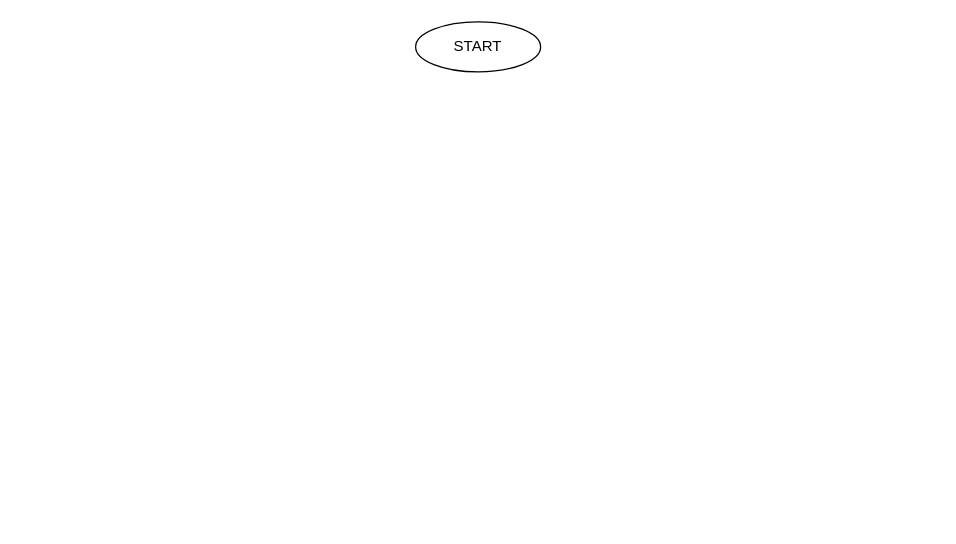
Above: Flowchart.drawio in XuanAnh1312/GMS_PROJECT_JAVA (draw.io), before the change. Source tidied: cells renumbered, new cells numbered last; positions are measured from the earlier drawing's top-left corner, leaving out a move shared by most shapes. Both pictures are drawn from the tidied source at 125%, with x=0, y=0 at pixel (415, 21).
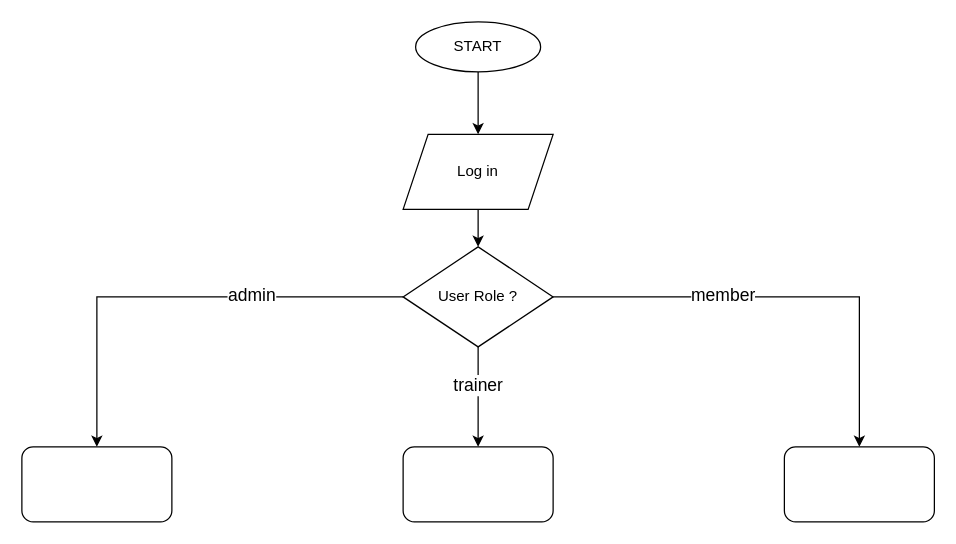
Above is the later version.

Diff of the diagram source:
```diff
@@
 <mxGraphModel>
   <root>
     <mxCell id="0" />
     <mxCell id="1" parent="0" />
+    <mxCell id="3" style="edgeStyle=orthogonalEdgeStyle;rounded=0;jettySize=auto;html=1;" parent="1" edge="1" source="2" target="5">
+      <mxGeometry relative="1" as="geometry" />
+    </mxCell>
     <mxCell id="2" value="START" style="ellipse;whiteSpace=wrap;html=1;shapeInside=1;" parent="1" vertex="1">
       <mxGeometry width="100" height="40" as="geometry" />
     </mxCell>
+    <mxCell id="4" style="edgeStyle=orthogonalEdgeStyle;rounded=0;jettySize=auto;html=1;" parent="1" edge="1" source="5" target="12">
+      <mxGeometry relative="1" as="geometry" />
+    </mxCell>
+    <mxCell id="5" value="Log in" style="shape=parallelogram;perimeter=parallelogramPerimeter;whiteSpace=wrap;html=1;shapeInside=1;fixedSize=1;" parent="1" vertex="1">
+      <mxGeometry x="-10" y="90" width="120" height="60" as="geometry" />
+    </mxCell>
+    <mxCell id="6" style="edgeStyle=orthogonalEdgeStyle;rounded=0;jettySize=auto;html=1;" parent="1" edge="1" source="12" target="13">
+      <mxGeometry relative="1" as="geometry" />
+    </mxCell>
+    <mxCell id="7" value="admin" style="edgeLabel;html=1;align=center;verticalAlign=middle;fontSize=14;" parent="6" vertex="1">
+      <mxGeometry x="-0.33" y="-2" relative="1" as="geometry" />
+    </mxCell>
+    <mxCell id="8" style="edgeStyle=orthogonalEdgeStyle;rounded=0;jettySize=auto;html=1;" parent="1" edge="1" source="12" target="14">
+      <mxGeometry relative="1" as="geometry" />
+    </mxCell>
+    <mxCell id="9" value="member" style="edgeLabel;html=1;align=center;verticalAlign=middle;fontSize=14;" parent="8" vertex="1">
+      <mxGeometry x="-0.26" y="2" relative="1" as="geometry" />
+    </mxCell>
+    <mxCell id="10" style="edgeStyle=orthogonalEdgeStyle;rounded=0;jettySize=auto;html=1;" parent="1" edge="1" source="12" target="15">
+      <mxGeometry relative="1" as="geometry" />
+    </mxCell>
+    <mxCell id="11" value="trainer" style="edgeLabel;html=1;align=center;verticalAlign=middle;fontSize=14;" parent="10" vertex="1">
+      <mxGeometry x="-0.26" y="-1" relative="1" as="geometry" />
+    </mxCell>
+    <mxCell id="12" value="User Role ?" style="rhombus;whiteSpace=wrap;html=1;shapeInside=1;" parent="1" vertex="1">
+      <mxGeometry x="-10" y="180" width="120" height="80" as="geometry" />
+    </mxCell>
+    <mxCell id="13" style="rounded=1;whiteSpace=wrap;html=1;" parent="1" vertex="1">
+      <mxGeometry x="-315" y="340" width="120" height="60" as="geometry" />
+    </mxCell>
+    <mxCell id="14" style="rounded=1;whiteSpace=wrap;html=1;" parent="1" vertex="1">
+      <mxGeometry x="295" y="340" width="120" height="60" as="geometry" />
+    </mxCell>
+    <mxCell id="15" style="rounded=1;whiteSpace=wrap;html=1;" parent="1" vertex="1">
+      <mxGeometry x="-10" y="340" width="120" height="60" as="geometry" />
+    </mxCell>
   </root>
 </mxGraphModel>
```
